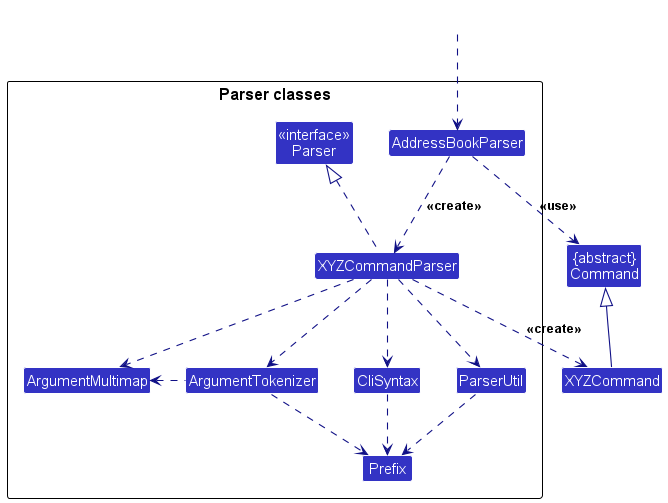
Before: docs/images/ParserClasses.png, a diagram exported from PlantUML (nus-cs2103-AY2425S1/tp).
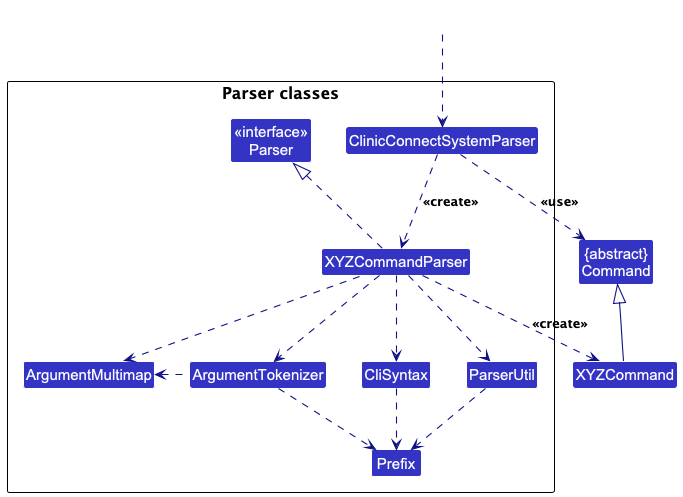
After the commit.

Commit message:
Update logic componenet

The edit, as a diff of the source:
```diff
@@ -9,7 +9,7 @@
 
 package "Parser classes"{
 Class "<<interface>>\nParser" as Parser
-Class AddressBookParser
+Class ClinicConnectSystemParser
 Class XYZCommandParser
 Class CliSyntax
 Class ParserUtil
@@ -19,12 +19,12 @@
 }
 
 Class HiddenOutside #FFFFFF
-HiddenOutside ..> AddressBookParser
+HiddenOutside ..> ClinicConnectSystemParser
 
-AddressBookParser .down.> XYZCommandParser: <<create>>
+ClinicConnectSystemParser .down.> XYZCommandParser: <<create>>
 
 XYZCommandParser ..> XYZCommand : <<create>>
-AddressBookParser ..> Command : <<use>>
+ClinicConnectSystemParser ..> Command : <<use>>
 XYZCommandParser .up.|> Parser
 XYZCommandParser ..> ArgumentMultimap
 XYZCommandParser ..> ArgumentTokenizer
```
